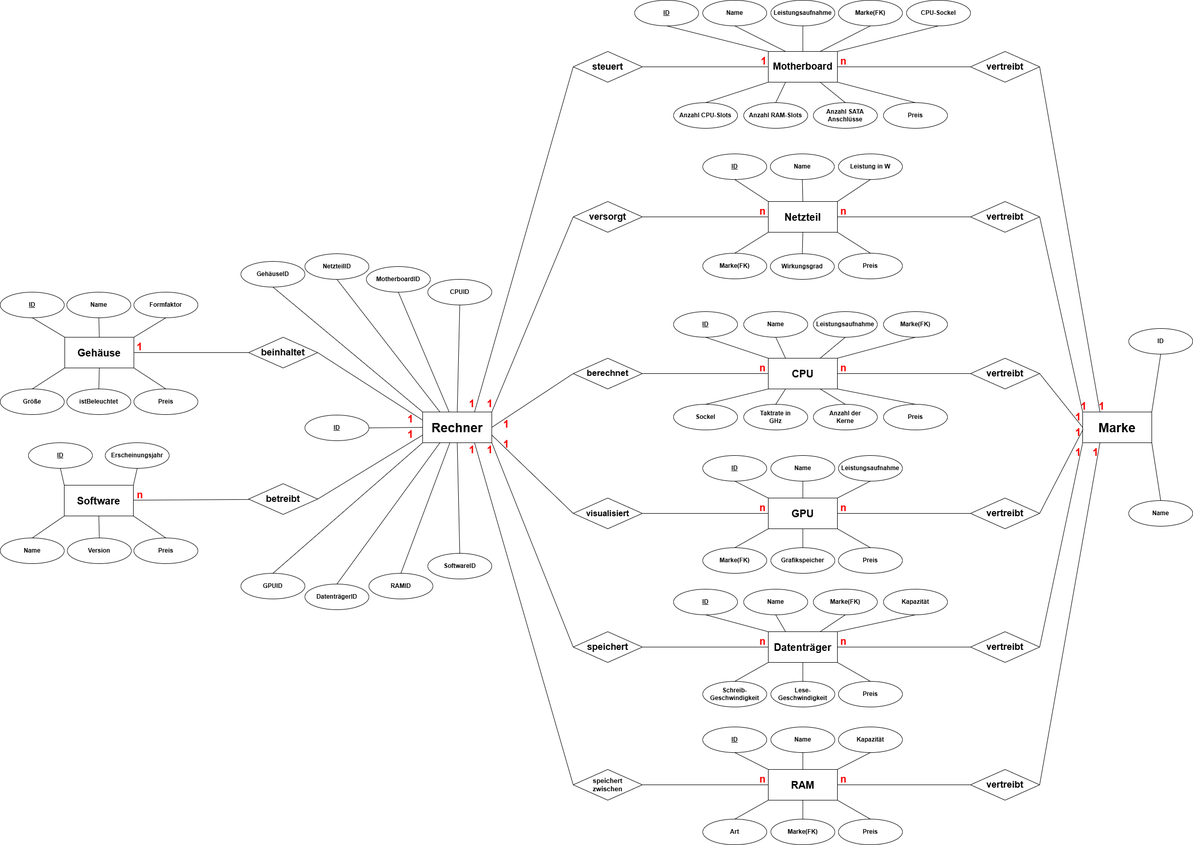
The draw.io diagram ERD-Rechner.drawio.png in nayif03/DB-Exercice, before a commit. Source tidied: cells renumbered, new cells last; positions are measured from the earlier drawing's top-left corner, leaving out a move shared by most shapes.
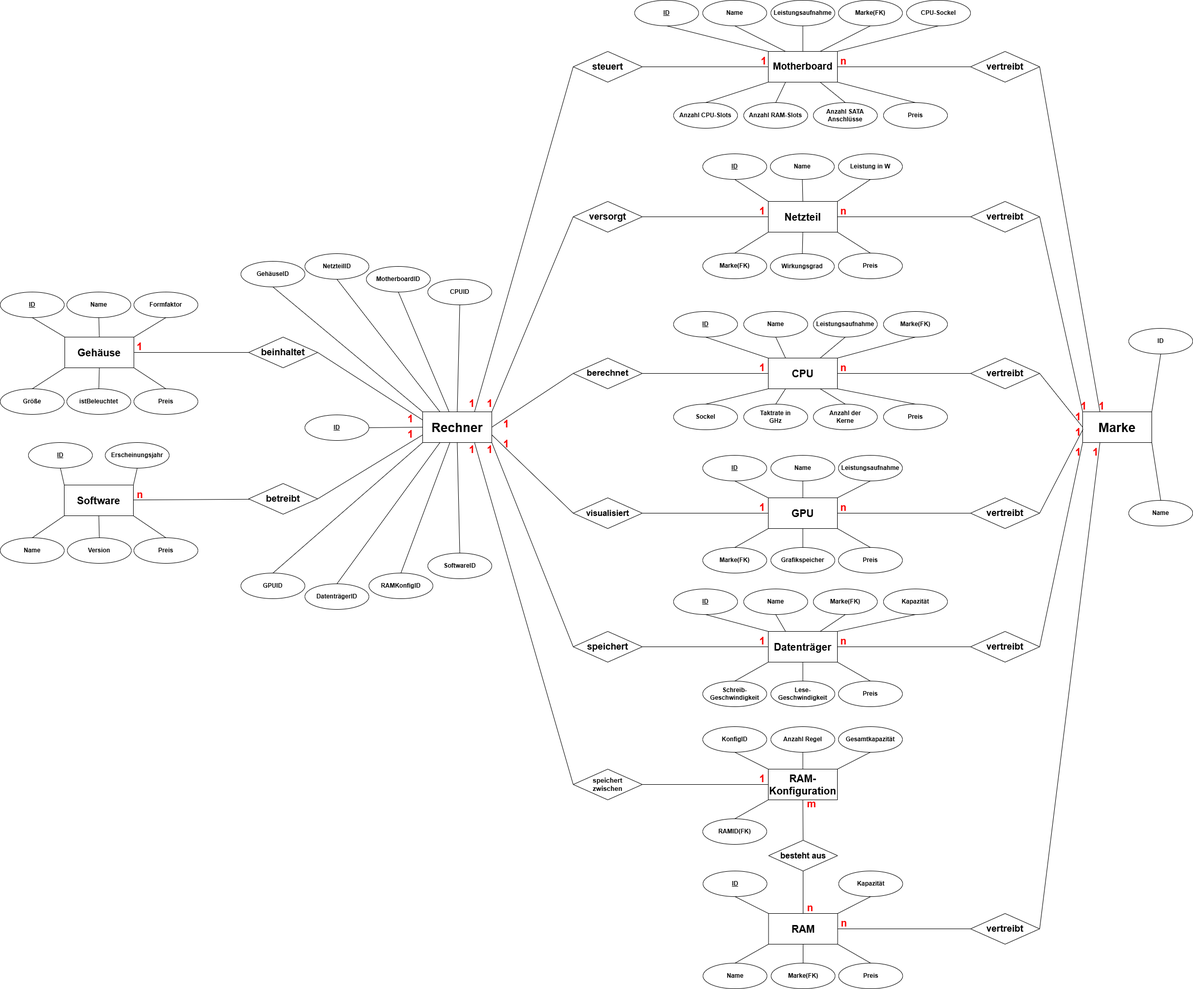
Above is the later version.

Diff of the diagram source:
```diff
@@ -356,12 +356,9 @@
     <mxCell id="119" value="Kapazität" style="ellipse;whiteSpace=wrap;html=1;strokeWidth=1;fontStyle=1;" parent="1" vertex="1">
       <mxGeometry x="1725" y="1150" width="125" height="50" as="geometry" />
     </mxCell>
-    <mxCell id="120" style="edgeStyle=none;shape=connector;rounded=0;jettySize=auto;html=1;exitX=1;exitY=0.5;exitDx=0;exitDy=0;entryX=0;entryY=0.5;entryDx=0;entryDy=0;align=center;verticalAlign=middle;fontFamily=Helvetica;fontSize=11;fontColor=default;labelBackgroundColor=default;endArrow=none;endFill=0;strokeWidth=1;fontStyle=1;" parent="1" edge="1" source="127" target="179">
+    <mxCell id="120" style="edgeStyle=none;shape=connector;rounded=0;jettySize=auto;html=1;exitX=1;exitY=0.5;exitDx=0;exitDy=0;entryX=0;entryY=0.5;entryDx=0;entryDy=0;align=center;verticalAlign=middle;fontFamily=Helvetica;fontSize=11;fontColor=default;labelBackgroundColor=default;endArrow=none;endFill=0;strokeWidth=1;fontStyle=1;" parent="1" edge="1" source="216" target="179">
       <mxGeometry relative="1" as="geometry" />
     </mxCell>
-    <mxCell id="121" style="edgeStyle=none;shape=connector;rounded=0;jettySize=auto;html=1;exitX=0;exitY=1;exitDx=0;exitDy=0;entryX=0.5;entryY=0;entryDx=0;entryDy=0;align=center;verticalAlign=middle;fontFamily=Helvetica;fontSize=11;fontColor=default;labelBackgroundColor=default;endArrow=none;endFill=0;strokeWidth=1;fontStyle=1;" parent="1" edge="1" source="127" target="128">
-      <mxGeometry relative="1" as="geometry" />
-    </mxCell>
     <mxCell id="122" style="edgeStyle=none;shape=connector;rounded=0;jettySize=auto;html=1;exitX=0;exitY=0;exitDx=0;exitDy=0;entryX=0.5;entryY=1;entryDx=0;entryDy=0;align=center;verticalAlign=middle;fontFamily=Helvetica;fontSize=11;fontColor=default;labelBackgroundColor=default;endArrow=none;endFill=0;strokeWidth=1;fontStyle=1;" parent="1" edge="1" source="127" target="133">
       <mxGeometry relative="1" as="geometry" />
     </mxCell>
@@ -371,31 +368,22 @@
     <mxCell id="124" style="edgeStyle=none;shape=connector;rounded=0;jettySize=auto;html=1;exitX=1;exitY=0;exitDx=0;exitDy=0;entryX=0.5;entryY=1;entryDx=0;entryDy=0;align=center;verticalAlign=middle;fontFamily=Helvetica;fontSize=11;fontColor=default;labelBackgroundColor=default;endArrow=none;endFill=0;strokeWidth=1;fontStyle=1;" parent="1" edge="1" source="127" target="132">
       <mxGeometry relative="1" as="geometry" />
     </mxCell>
-    <mxCell id="125" style="edgeStyle=none;shape=connector;rounded=0;jettySize=auto;html=1;exitX=1;exitY=1;exitDx=0;exitDy=0;entryX=0.5;entryY=0;entryDx=0;entryDy=0;align=center;verticalAlign=middle;fontFamily=Helvetica;fontSize=11;fontColor=default;labelBackgroundColor=default;endArrow=none;endFill=0;strokeWidth=1;fontStyle=1;" parent="1" edge="1" source="127" target="130">
-      <mxGeometry relative="1" as="geometry" />
-    </mxCell>
-    <mxCell id="126" style="edgeStyle=none;shape=connector;rounded=0;jettySize=auto;html=1;exitX=0.5;exitY=1;exitDx=0;exitDy=0;entryX=0.5;entryY=0;entryDx=0;entryDy=0;align=center;verticalAlign=middle;fontFamily=Helvetica;fontSize=11;fontColor=default;labelBackgroundColor=default;endArrow=none;endFill=0;strokeWidth=1;fontStyle=1;" parent="1" edge="1" source="127" target="129">
+    <mxCell id="126" style="edgeStyle=none;shape=connector;rounded=0;jettySize=auto;html=1;exitX=0;exitY=1;exitDx=0;exitDy=0;entryX=0.5;entryY=0;entryDx=0;entryDy=0;align=center;verticalAlign=middle;fontFamily=Helvetica;fontSize=11;fontColor=default;labelBackgroundColor=default;endArrow=none;endFill=0;strokeWidth=1;fontStyle=1;" parent="1" edge="1" source="127" target="129">
       <mxGeometry relative="1" as="geometry" />
     </mxCell>
-    <mxCell id="127" value="&lt;font style=&quot;font-size: 20px;&quot;&gt;RAM&lt;/font&gt;" style="rounded=0;whiteSpace=wrap;html=1;strokeWidth=1;fontStyle=1;" parent="1" vertex="1">
+    <mxCell id="127" value="&lt;font style=&quot;font-size: 20px;&quot;&gt;RAM-Konfiguration&lt;/font&gt;" style="rounded=0;whiteSpace=wrap;html=1;strokeWidth=1;fontStyle=1;" parent="1" vertex="1">
       <mxGeometry x="1500" y="1502" width="135" height="60" as="geometry" />
     </mxCell>
-    <mxCell id="128" value="Art" style="ellipse;whiteSpace=wrap;html=1;strokeWidth=1;fontStyle=1;" parent="1" vertex="1">
-      <mxGeometry x="1372" y="1599" width="125" height="50" as="geometry" />
-    </mxCell>
-    <mxCell id="129" value="Marke(FK)" style="ellipse;whiteSpace=wrap;html=1;strokeWidth=1;fontStyle=1;" parent="1" vertex="1">
-      <mxGeometry x="1505" y="1599" width="125" height="50" as="geometry" />
+    <mxCell id="129" value="RAMID(FK)" style="ellipse;whiteSpace=wrap;html=1;strokeWidth=1;fontStyle=1;" parent="1" vertex="1">
+      <mxGeometry x="1372" y="1599" width="125" height="50" as="geometry" />
     </mxCell>
-    <mxCell id="130" value="Preis" style="ellipse;whiteSpace=wrap;html=1;strokeWidth=1;fontStyle=1;" parent="1" vertex="1">
-      <mxGeometry x="1637" y="1599" width="125" height="50" as="geometry" />
-    </mxCell>
-    <mxCell id="131" value="Name" style="ellipse;whiteSpace=wrap;html=1;strokeWidth=1;fontStyle=1;" parent="1" vertex="1">
+    <mxCell id="131" value="Anzahl Regel" style="ellipse;whiteSpace=wrap;html=1;strokeWidth=1;fontStyle=1;" parent="1" vertex="1">
       <mxGeometry x="1505" y="1419" width="125" height="50" as="geometry" />
     </mxCell>
-    <mxCell id="132" value="Kapazität" style="ellipse;whiteSpace=wrap;html=1;strokeWidth=1;fontStyle=1;" parent="1" vertex="1">
+    <mxCell id="132" value="Gesamtkapazität" style="ellipse;whiteSpace=wrap;html=1;strokeWidth=1;fontStyle=1;" parent="1" vertex="1">
       <mxGeometry x="1637" y="1419" width="125" height="50" as="geometry" />
     </mxCell>
-    <mxCell id="133" value="&lt;u&gt;ID&lt;/u&gt;" style="ellipse;whiteSpace=wrap;html=1;strokeWidth=1;fontStyle=1;" parent="1" vertex="1">
+    <mxCell id="133" value="KonfigID" style="ellipse;whiteSpace=wrap;html=1;strokeWidth=1;fontStyle=1;" parent="1" vertex="1">
       <mxGeometry x="1372" y="1419" width="125" height="50" as="geometry" />
     </mxCell>
     <mxCell id="134" style="edgeStyle=none;shape=connector;rounded=0;jettySize=auto;html=1;exitX=1;exitY=0;exitDx=0;exitDy=0;entryX=0.5;entryY=1;entryDx=0;entryDy=0;align=center;verticalAlign=middle;fontFamily=Helvetica;fontSize=11;fontColor=default;labelBackgroundColor=default;endArrow=none;endFill=0;strokeWidth=1;fontStyle=1;" parent="1" edge="1" source="139" target="143">
@@ -488,7 +476,7 @@
     <mxCell id="163" value="DatenträgerID" style="ellipse;whiteSpace=wrap;html=1;strokeWidth=1;fontStyle=1;" parent="1" vertex="1">
       <mxGeometry x="595" y="1140" width="125" height="50" as="geometry" />
     </mxCell>
-    <mxCell id="164" value="RAMID" style="ellipse;whiteSpace=wrap;html=1;strokeWidth=1;fontStyle=1;" parent="1" vertex="1">
+    <mxCell id="164" value="RAMKonfigID" style="ellipse;whiteSpace=wrap;html=1;strokeWidth=1;fontStyle=1;" parent="1" vertex="1">
       <mxGeometry x="720" y="1119" width="125" height="50" as="geometry" />
     </mxCell>
     <mxCell id="165" value="SoftwareID" style="ellipse;whiteSpace=wrap;html=1;strokeWidth=1;fontStyle=1;" parent="1" vertex="1">
@@ -534,7 +522,7 @@
       <mxGeometry x="1895" y="1233" width="135" height="60" as="geometry" />
     </mxCell>
     <mxCell id="179" value="&lt;font style=&quot;font-size: 18px;&quot;&gt;vertreibt&lt;/font&gt;" style="shape=rhombus;perimeter=rhombusPerimeter;whiteSpace=wrap;html=1;align=center;fontFamily=Helvetica;fontSize=11;labelBackgroundColor=default;strokeWidth=1;fontStyle=1;" parent="1" vertex="1">
-      <mxGeometry x="1895" y="1502" width="135" height="60" as="geometry" />
+      <mxGeometry x="1895" y="1784" width="135" height="60" as="geometry" />
     </mxCell>
     <mxCell id="180" value="CPUID" style="ellipse;whiteSpace=wrap;html=1;strokeWidth=1;fontStyle=1;" parent="1" vertex="1">
       <mxGeometry x="835" y="545" width="125" height="50" as="geometry" />
@@ -551,19 +539,19 @@
     <mxCell id="184" value="&lt;b&gt;&lt;font style=&quot;font-size: 20px;&quot; color=&quot;#fa0000&quot;&gt;1&lt;/font&gt;&lt;/b&gt;" style="text;strokeColor=none;fillColor=none;spacingLeft=4;spacingRight=4;overflow=hidden;fontSize=11;whiteSpace=wrap;html=1;fontFamily=Helvetica;fontColor=default;labelBackgroundColor=default;" parent="1" vertex="1">
       <mxGeometry x="910" y="859" width="20" height="30" as="geometry" />
     </mxCell>
-    <mxCell id="185" value="&lt;b&gt;&lt;font color=&quot;#fa0000&quot; style=&quot;font-size: 20px;&quot;&gt;n&lt;/font&gt;&lt;/b&gt;" style="text;strokeColor=none;fillColor=none;spacingLeft=4;spacingRight=4;overflow=hidden;fontSize=11;whiteSpace=wrap;html=1;fontFamily=Helvetica;fontColor=default;labelBackgroundColor=none;" parent="1" vertex="1">
+    <mxCell id="185" value="&lt;b&gt;&lt;font color=&quot;#fa0000&quot; style=&quot;font-size: 20px;&quot;&gt;1&lt;/font&gt;&lt;/b&gt;" style="text;strokeColor=none;fillColor=none;spacingLeft=4;spacingRight=4;overflow=hidden;fontSize=11;whiteSpace=wrap;html=1;fontFamily=Helvetica;fontColor=default;labelBackgroundColor=none;" parent="1" vertex="1">
       <mxGeometry x="1477" y="1502" width="27" height="30" as="geometry" />
     </mxCell>
-    <mxCell id="186" value="&lt;b&gt;&lt;font color=&quot;#fa0000&quot; style=&quot;font-size: 20px;&quot;&gt;n&lt;/font&gt;&lt;/b&gt;" style="text;strokeColor=none;fillColor=none;spacingLeft=4;spacingRight=4;overflow=hidden;fontSize=11;whiteSpace=wrap;html=1;fontFamily=Helvetica;fontColor=default;labelBackgroundColor=none;" parent="1" vertex="1">
+    <mxCell id="186" value="&lt;b&gt;&lt;font color=&quot;#fa0000&quot; style=&quot;font-size: 20px;&quot;&gt;1&lt;/font&gt;&lt;/b&gt;" style="text;strokeColor=none;fillColor=none;spacingLeft=4;spacingRight=4;overflow=hidden;fontSize=11;whiteSpace=wrap;html=1;fontFamily=Helvetica;fontColor=default;labelBackgroundColor=none;" parent="1" vertex="1">
       <mxGeometry x="1476.5" y="1233" width="27" height="30" as="geometry" />
     </mxCell>
-    <mxCell id="187" value="&lt;b&gt;&lt;font color=&quot;#fa0000&quot; style=&quot;font-size: 20px;&quot;&gt;n&lt;/font&gt;&lt;/b&gt;" style="text;strokeColor=none;fillColor=none;spacingLeft=4;spacingRight=4;overflow=hidden;fontSize=11;whiteSpace=wrap;html=1;fontFamily=Helvetica;fontColor=default;labelBackgroundColor=none;" parent="1" vertex="1">
+    <mxCell id="187" value="&lt;b&gt;&lt;font color=&quot;#fa0000&quot; style=&quot;font-size: 20px;&quot;&gt;1&lt;/font&gt;&lt;/b&gt;" style="text;strokeColor=none;fillColor=none;spacingLeft=4;spacingRight=4;overflow=hidden;fontSize=11;whiteSpace=wrap;html=1;fontFamily=Helvetica;fontColor=default;labelBackgroundColor=none;" parent="1" vertex="1">
       <mxGeometry x="1476.5" y="972" width="27" height="30" as="geometry" />
     </mxCell>
-    <mxCell id="188" value="&lt;b&gt;&lt;font color=&quot;#fa0000&quot; style=&quot;font-size: 20px;&quot;&gt;n&lt;/font&gt;&lt;/b&gt;" style="text;strokeColor=none;fillColor=none;spacingLeft=4;spacingRight=4;overflow=hidden;fontSize=11;whiteSpace=wrap;html=1;fontFamily=Helvetica;fontColor=default;labelBackgroundColor=none;" parent="1" vertex="1">
+    <mxCell id="188" value="&lt;b&gt;&lt;font color=&quot;#fa0000&quot; style=&quot;font-size: 20px;&quot;&gt;1&lt;/font&gt;&lt;/b&gt;" style="text;strokeColor=none;fillColor=none;spacingLeft=4;spacingRight=4;overflow=hidden;fontSize=11;whiteSpace=wrap;html=1;fontFamily=Helvetica;fontColor=default;labelBackgroundColor=none;" parent="1" vertex="1">
       <mxGeometry x="1476.5" y="699" width="27" height="30" as="geometry" />
     </mxCell>
-    <mxCell id="189" value="&lt;b&gt;&lt;font color=&quot;#fa0000&quot; style=&quot;font-size: 20px;&quot;&gt;n&lt;/font&gt;&lt;/b&gt;" style="text;strokeColor=none;fillColor=none;spacingLeft=4;spacingRight=4;overflow=hidden;fontSize=11;whiteSpace=wrap;html=1;fontFamily=Helvetica;fontColor=default;labelBackgroundColor=none;" parent="1" vertex="1">
+    <mxCell id="189" value="&lt;b&gt;&lt;font color=&quot;#fa0000&quot; style=&quot;font-size: 20px;&quot;&gt;1&lt;/font&gt;&lt;/b&gt;" style="text;strokeColor=none;fillColor=none;spacingLeft=4;spacingRight=4;overflow=hidden;fontSize=11;whiteSpace=wrap;html=1;fontFamily=Helvetica;fontColor=default;labelBackgroundColor=none;" parent="1" vertex="1">
       <mxGeometry x="1476.5" y="393" width="27" height="30" as="geometry" />
     </mxCell>
     <mxCell id="190" value="&lt;b&gt;&lt;font color=&quot;#fa0000&quot; style=&quot;font-size: 20px;&quot;&gt;1&lt;/font&gt;&lt;/b&gt;" style="text;strokeColor=none;fillColor=none;spacingLeft=4;spacingRight=4;overflow=hidden;fontSize=11;whiteSpace=wrap;html=1;fontFamily=Helvetica;fontColor=default;labelBackgroundColor=none;" parent="1" vertex="1">
@@ -624,7 +612,55 @@
       <mxGeometry x="1635" y="1233" width="27" height="30" as="geometry" />
     </mxCell>
     <mxCell id="209" value="&lt;b&gt;&lt;font color=&quot;#fa0000&quot; style=&quot;font-size: 20px;&quot;&gt;n&lt;/font&gt;&lt;/b&gt;" style="text;strokeColor=none;fillColor=none;spacingLeft=4;spacingRight=4;overflow=hidden;fontSize=11;whiteSpace=wrap;html=1;fontFamily=Helvetica;fontColor=default;labelBackgroundColor=none;" parent="1" vertex="1">
-      <mxGeometry x="1635" y="1502" width="27" height="30" as="geometry" />
+      <mxGeometry x="1635.5" y="1784" width="27" height="30" as="geometry" />
     </mxCell>
+    <mxCell id="210" style="edgeStyle=none;shape=connector;rounded=0;jettySize=auto;html=1;exitX=0;exitY=1;exitDx=0;exitDy=0;entryX=0.5;entryY=0;entryDx=0;entryDy=0;align=center;verticalAlign=middle;fontFamily=Helvetica;fontSize=11;fontColor=default;labelBackgroundColor=default;endArrow=none;endFill=0;strokeWidth=1;fontStyle=1;" parent="1" edge="1" source="216" target="217">
+      <mxGeometry relative="1" as="geometry" />
+    </mxCell>
+    <mxCell id="211" style="edgeStyle=none;shape=connector;rounded=0;jettySize=auto;html=1;exitX=0;exitY=0;exitDx=0;exitDy=0;entryX=0.5;entryY=1;entryDx=0;entryDy=0;align=center;verticalAlign=middle;fontFamily=Helvetica;fontSize=11;fontColor=default;labelBackgroundColor=default;endArrow=none;endFill=0;strokeWidth=1;fontStyle=1;" parent="1" edge="1" source="216" target="220">
+      <mxGeometry relative="1" as="geometry" />
+    </mxCell>
+    <mxCell id="212" style="edgeStyle=none;shape=connector;rounded=0;jettySize=auto;html=1;entryX=0.5;entryY=1;entryDx=0;entryDy=0;align=center;verticalAlign=middle;fontFamily=Helvetica;fontSize=11;fontColor=default;labelBackgroundColor=default;endArrow=none;endFill=0;strokeWidth=1;fontStyle=1;exitX=0.5;exitY=0;exitDx=0;exitDy=0;" parent="1" edge="1" source="221" target="127">
+      <mxGeometry relative="1" as="geometry" />
+    </mxCell>
+    <mxCell id="213" style="edgeStyle=none;shape=connector;rounded=0;jettySize=auto;html=1;exitX=1;exitY=0;exitDx=0;exitDy=0;entryX=0.5;entryY=1;entryDx=0;entryDy=0;align=center;verticalAlign=middle;fontFamily=Helvetica;fontSize=11;fontColor=default;labelBackgroundColor=default;endArrow=none;endFill=0;strokeWidth=1;fontStyle=1;" parent="1" edge="1" source="216" target="219">
+      <mxGeometry relative="1" as="geometry" />
+    </mxCell>
+    <mxCell id="214" style="edgeStyle=none;shape=connector;rounded=0;jettySize=auto;html=1;exitX=1;exitY=1;exitDx=0;exitDy=0;entryX=0.5;entryY=0;entryDx=0;entryDy=0;align=center;verticalAlign=middle;fontFamily=Helvetica;fontSize=11;fontColor=default;labelBackgroundColor=default;endArrow=none;endFill=0;strokeWidth=1;fontStyle=1;" parent="1" edge="1" source="216" target="130">
+      <mxGeometry relative="1" as="geometry" />
+    </mxCell>
+    <mxCell id="215" style="edgeStyle=none;shape=connector;rounded=0;jettySize=auto;html=1;exitX=0.5;exitY=1;exitDx=0;exitDy=0;entryX=0.5;entryY=0;entryDx=0;entryDy=0;align=center;verticalAlign=middle;fontFamily=Helvetica;fontSize=11;fontColor=default;labelBackgroundColor=default;endArrow=none;endFill=0;strokeWidth=1;fontStyle=1;" parent="1" edge="1" source="216" target="218">
+      <mxGeometry relative="1" as="geometry" />
+    </mxCell>
+    <mxCell id="216" value="&lt;font style=&quot;font-size: 20px;&quot;&gt;RAM&lt;/font&gt;" style="rounded=0;whiteSpace=wrap;html=1;strokeWidth=1;fontStyle=1;" parent="1" vertex="1">
+      <mxGeometry x="1500.5" y="1784" width="135" height="60" as="geometry" />
+    </mxCell>
+    <mxCell id="217" value="Name" style="ellipse;whiteSpace=wrap;html=1;strokeWidth=1;fontStyle=1;" parent="1" vertex="1">
+      <mxGeometry x="1372.5" y="1881" width="125" height="50" as="geometry" />
+    </mxCell>
+    <mxCell id="218" value="Marke(FK)" style="ellipse;whiteSpace=wrap;html=1;strokeWidth=1;fontStyle=1;" parent="1" vertex="1">
+      <mxGeometry x="1505.5" y="1881" width="125" height="50" as="geometry" />
+    </mxCell>
+    <mxCell id="130" value="Preis" style="ellipse;whiteSpace=wrap;html=1;strokeWidth=1;fontStyle=1;" parent="1" vertex="1">
+      <mxGeometry x="1637.5" y="1881" width="125" height="50" as="geometry" />
+    </mxCell>
+    <mxCell id="219" value="Kapazität" style="ellipse;whiteSpace=wrap;html=1;strokeWidth=1;fontStyle=1;" parent="1" vertex="1">
+      <mxGeometry x="1637.5" y="1701" width="125" height="50" as="geometry" />
+    </mxCell>
+    <mxCell id="220" value="&lt;u&gt;ID&lt;/u&gt;" style="ellipse;whiteSpace=wrap;html=1;strokeWidth=1;fontStyle=1;" parent="1" vertex="1">
+      <mxGeometry x="1372.5" y="1701" width="125" height="50" as="geometry" />
+    </mxCell>
+    <mxCell id="221" value="&lt;font style=&quot;font-size: 16px;&quot;&gt;besteht aus&lt;/font&gt;" style="shape=rhombus;perimeter=rhombusPerimeter;whiteSpace=wrap;html=1;align=center;fontFamily=Helvetica;fontSize=11;labelBackgroundColor=default;strokeWidth=1;fontStyle=1;" parent="1" vertex="1">
+      <mxGeometry x="1500.5" y="1641" width="135" height="60" as="geometry" />
+    </mxCell>
+    <mxCell id="222" style="edgeStyle=none;shape=connector;rounded=0;jettySize=auto;html=1;entryX=0.5;entryY=1;entryDx=0;entryDy=0;align=center;verticalAlign=middle;fontFamily=Helvetica;fontSize=11;fontColor=default;labelBackgroundColor=default;endArrow=none;endFill=0;strokeWidth=1;fontStyle=1;exitX=0.5;exitY=0;exitDx=0;exitDy=0;" parent="1" edge="1" source="216" target="221">
+      <mxGeometry relative="1" as="geometry" />
+    </mxCell>
+    <mxCell id="223" value="&lt;b&gt;&lt;font color=&quot;#fa0000&quot; style=&quot;font-size: 20px;&quot;&gt;n&lt;/font&gt;&lt;/b&gt;" style="text;strokeColor=none;fillColor=none;spacingLeft=4;spacingRight=4;overflow=hidden;fontSize=11;whiteSpace=wrap;html=1;fontFamily=Helvetica;fontColor=default;labelBackgroundColor=none;" parent="1" vertex="1">
+      <mxGeometry x="1570" y="1754" width="27" height="30" as="geometry" />
+    </mxCell>
+    <mxCell id="224" value="&lt;b&gt;&lt;font color=&quot;#fa0000&quot; style=&quot;font-size: 20px;&quot;&gt;m&lt;/font&gt;&lt;/b&gt;" style="text;strokeColor=none;fillColor=none;spacingLeft=4;spacingRight=4;overflow=hidden;fontSize=11;whiteSpace=wrap;html=1;fontFamily=Helvetica;fontColor=default;labelBackgroundColor=none;" parent="1" vertex="1">
+      <mxGeometry x="1570" y="1551" width="27" height="30" as="geometry" />
+    </mxCell>
   </root>
 </mxGraphModel>
```
